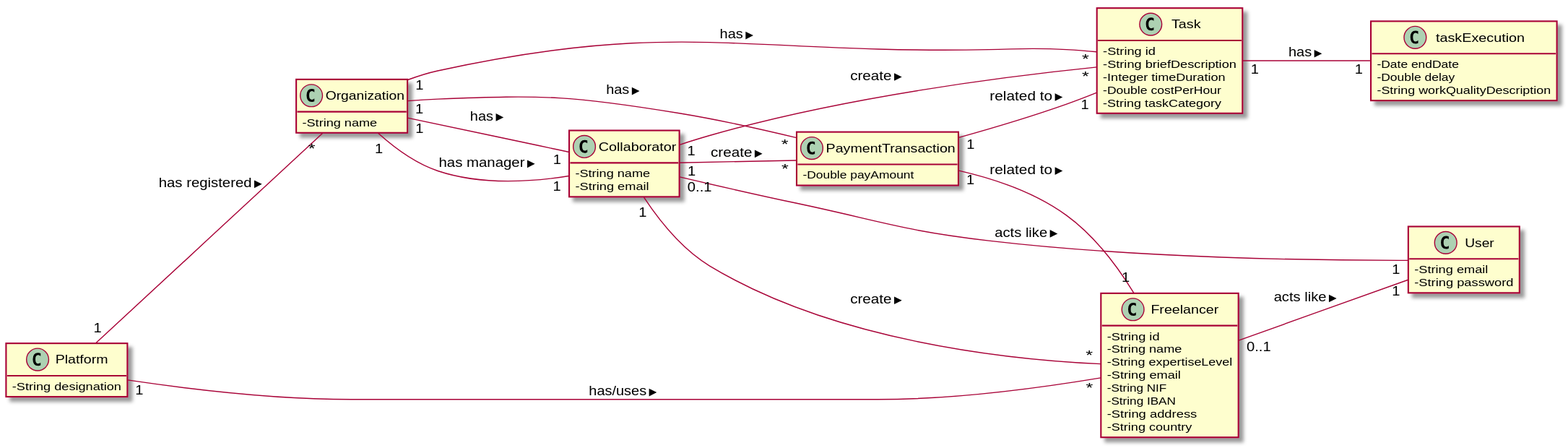
The PlantUML diagram docs/UC3 - Create Payment Transaction/UC3_MD.svg in pedrolemos4/LAPR2, before a commit. Its diagram source:
```plantuml
@startuml
skinparam classAttributeIconSize 0
hide methods
left to right direction

class Platform {
  -String designation
}

class Organization {
  -String name
}

class Collaborator {
  -String name
  -String email
}


class User {
  -String email
  -String password
}

class Freelancer {
  -String id
  -String name
  -String expertiseLevel
  -String email
  -String NIF
  -String IBAN
  -String address
  -String country
  }

class Task {
 -String id
 -String briefDescription
 -Integer timeDuration
 -Double costPerHour
 -String taskCategory
}

class taskExecution {
 -Date endDate
 -Double delay
 -String workQualityDescription
}

class PaymentTransaction{
  -Double payAmount
}

Platform "1" -- "*" Organization : has registered >
Platform "1" -- "*" Freelancer : has/uses >
Organization "1" -- "1" Collaborator: has >
Organization "1" -- "1" Collaborator: has manager >
Organization "1" -- "*" Task: has >
Organization "1" -- "*" PaymentTransaction: has >
Collaborator "0..1" -- "1" User: acts like >
Freelancer "0..1" -- "1" User: acts like >
Collaborator "1" -- "*" Freelancer: create >
Collaborator "1" -- "*" Task: create >
Collaborator "1" -- "*" PaymentTransaction: create >
PaymentTransaction "1" -- "1" Freelancer: related to >
PaymentTransaction "1" -- "1" Task: related to >
Task "1" -- "1" taskExecution: has >
@enduml
```
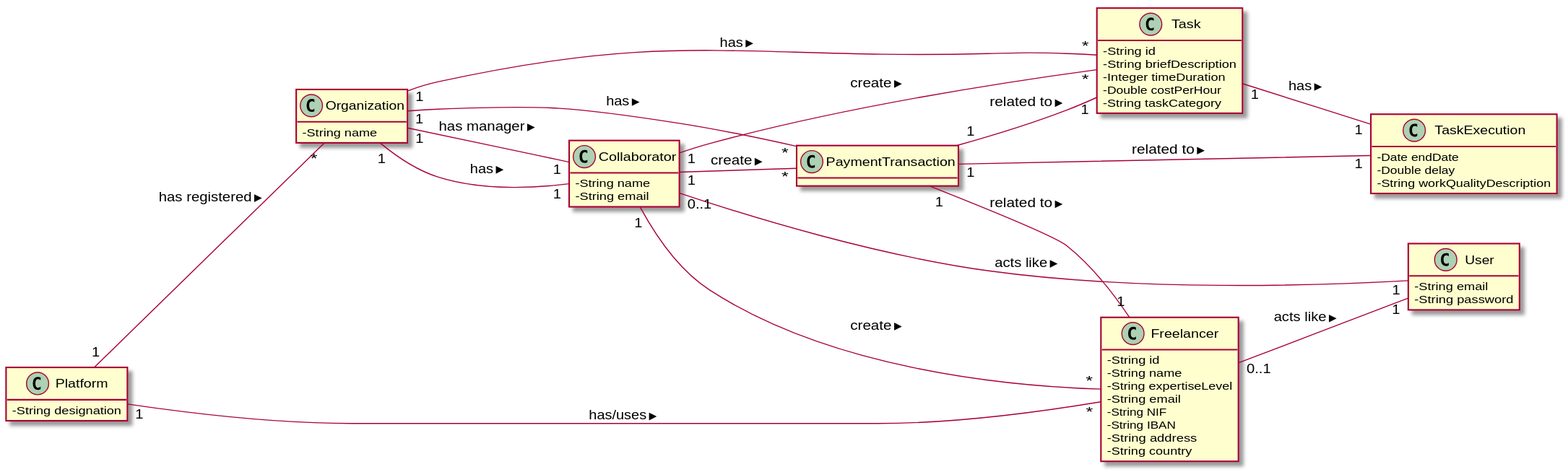
After the change.

The edit, as a diff of the source:
```diff
@@ -41,14 +41,13 @@
  -String taskCategory
 }
 
-class taskExecution {
+class TaskExecution {
  -Date endDate
  -Double delay
  -String workQualityDescription
 }
 
 class PaymentTransaction{
-  -Double payAmount
 }
 
 Platform "1" -- "*" Organization : has registered >
@@ -64,5 +63,6 @@
 Collaborator "1" -- "*" PaymentTransaction: create >
 PaymentTransaction "1" -- "1" Freelancer: related to >
 PaymentTransaction "1" -- "1" Task: related to >
-Task "1" -- "1" taskExecution: has >
+PaymentTransaction "1" -- "1" TaskExecution: related to >
+Task "1" -- "1" TaskExecution: has >
 @enduml
```
